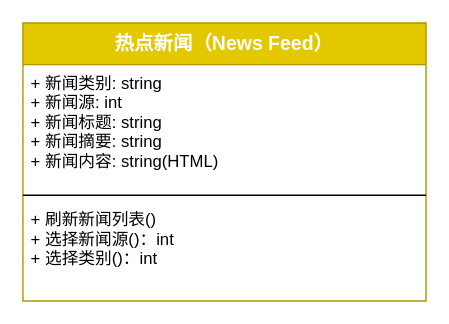
This is 1-SoftwareRequirements/NewsFeed/nf_class.drawio from zan-press/diagram, a draw.io file, before an edit. Source tidied: cells renumbered, new cells numbered last; positions are measured from the earlier drawing's top-left corner, leaving out a move shared by most shapes. Both pictures are drawn from the tidied source at 139%, with x=0, y=0 at pixel (22, 22).
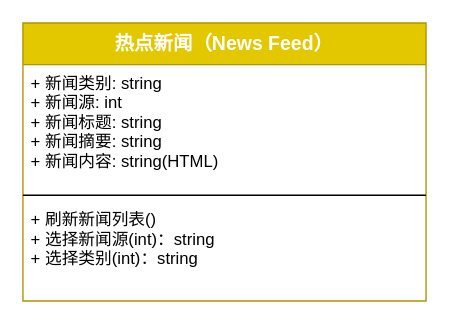
The same page after the edit.

What changed in the source:
```diff
@@
 <mxGraphModel>
   <root>
     <mxCell id="0" />
     <mxCell id="1" parent="0" />
     <mxCell id="2" value="热点新闻（News Feed）" style="swimlane;fontStyle=1;align=center;verticalAlign=top;horizontal=1;startSize=30;fontSize=14;fillColor=#e3c800;strokeColor=#B09500;fontColor=#ffffff;fontFamily=SF Mono;" parent="1" vertex="1">
       <mxGeometry width="290" height="200" as="geometry" />
     </mxCell>
     <mxCell id="3" value="+ 新闻类别: string&#10;+ 新闻源: int&#10;+ 新闻标题: string&#10;+ 新闻摘要: string&#10;+ 新闻内容: string(HTML)" style="text;strokeColor=none;fillColor=none;align=left;verticalAlign=top;spacingLeft=4;spacingRight=4;overflow=hidden;fontFamily=SF Mono;" parent="2" vertex="1">
       <mxGeometry y="30" width="290" height="90" as="geometry" />
     </mxCell>
     <mxCell id="4" style="line;strokeWidth=1;fillColor=none;align=left;verticalAlign=middle;spacingTop=-1;spacingLeft=3;spacingRight=3;labelPosition=right;fontFamily=SF Mono;" parent="2" vertex="1">
       <mxGeometry y="120" width="290" height="8" as="geometry" />
     </mxCell>
-    <mxCell id="5" value="+ 刷新新闻列表()&#10;+ 选择新闻源()：int&#10;+ 选择类别()：int" style="text;strokeColor=none;fillColor=none;align=left;verticalAlign=top;spacingLeft=4;spacingRight=4;overflow=hidden;fontFamily=SF Mono;" parent="2" vertex="1">
+    <mxCell id="5" value="+ 刷新新闻列表()&#10;+ 选择新闻源(int)：string&#10;+ 选择类别(int)：string" style="text;strokeColor=none;fillColor=none;align=left;verticalAlign=top;spacingLeft=4;spacingRight=4;overflow=hidden;fontFamily=SF Mono;" parent="2" vertex="1">
       <mxGeometry y="128" width="290" height="72" as="geometry" />
     </mxCell>
   </root>
 </mxGraphModel>
```
